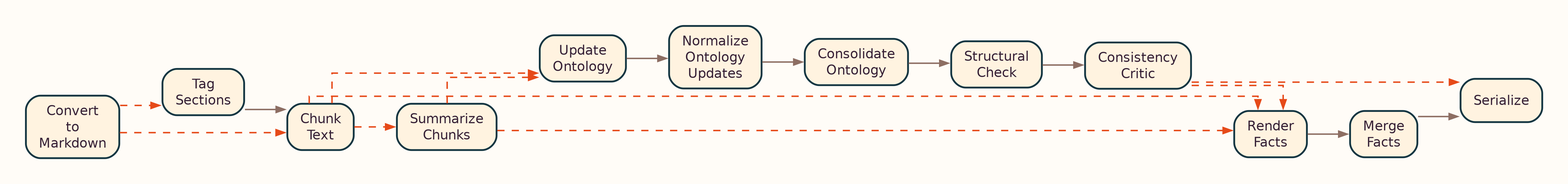
Before: docs/assets/graph.lr.png, a diagram exported from Mermaid (growgraph/ontocast). Its source is kept beside it as graph.mmd. The source it was exported from:
```mermaid
---
config:
  flowchart:
    curve: linear
    htmlLabels: true
    useMaxWidth: true
  look: handDrawn
  theme: base
  themeVariables:
    fontFamily: '''Architects Daughter'', cursive'
    fontSize: 20px
    lineColor: '#FFAB91'
    primaryBorderColor: '#143642'
    primaryColor: '#FFF3E0'
    primaryTextColor: '#372237'
---
graph TD;
	__start__([<p>__start__</p>]):::first
	Convert\20to\20Markdown(Convert to Markdown)
	Tag\20Sections(Tag Sections)
	Chunk\20Text(Chunk Text)
	Summarize\20Chunks(Summarize Chunks)
	Update\20Ontology(Update Ontology)
	Normalize\20Ontology\20Updates(Normalize Ontology Updates)
	Consolidate\20Ontology(Consolidate Ontology)
	Render\20Facts(Render Facts)
	Merge\20Facts(Merge Facts)
	Structural\20Check(Structural Check)
	Consistency\20Critic(Consistency Critic)
	Serialize(Serialize)
	__end__([<p>__end__</p>]):::last
	Chunk\20Text -.-> Render\20Facts;
	Chunk\20Text -.-> Summarize\20Chunks;
	Chunk\20Text -.-> Update\20Ontology;
	Consistency\20Critic -.-> Render\20Facts;
	Consistency\20Critic -.-> Serialize;
	Consolidate\20Ontology --> Structural\20Check;
	Convert\20to\20Markdown -.-> Chunk\20Text;
	Convert\20to\20Markdown -.-> Tag\20Sections;
	Merge\20Facts --> Serialize;
	Normalize\20Ontology\20Updates --> Consolidate\20Ontology;
	Render\20Facts --> Merge\20Facts;
	Structural\20Check --> Consistency\20Critic;
	Summarize\20Chunks -.-> Render\20Facts;
	Summarize\20Chunks -.-> Update\20Ontology;
	Tag\20Sections --> Chunk\20Text;
	Update\20Ontology --> Normalize\20Ontology\20Updates;
	__start__ --> Convert\20to\20Markdown;
	Serialize --> __end__;
	classDef default fill:#f2f0ff,line-height:1.2
	classDef first fill-opacity:0
	classDef last fill:#bfb6fc
```
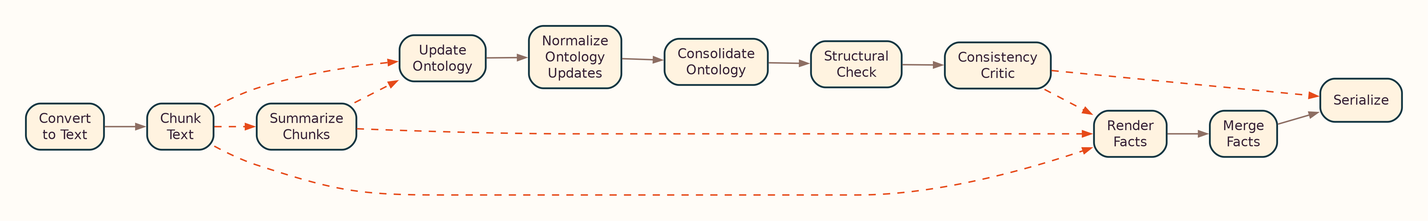
Later version of the same file.

The edit, as a diff of the source:
```diff
@@ -16,8 +16,7 @@
 ---
 graph TD;
 	__start__([<p>__start__</p>]):::first
-	Convert\20to\20Markdown(Convert to Markdown)
-	Tag\20Sections(Tag Sections)
+	Convert\20to\20Text(Convert to Text)
 	Chunk\20Text(Chunk Text)
 	Summarize\20Chunks(Summarize Chunks)
 	Update\20Ontology(Update Ontology)
@@ -35,17 +34,15 @@
 	Consistency\20Critic -.-> Render\20Facts;
 	Consistency\20Critic -.-> Serialize;
 	Consolidate\20Ontology --> Structural\20Check;
-	Convert\20to\20Markdown -.-> Chunk\20Text;
-	Convert\20to\20Markdown -.-> Tag\20Sections;
+	Convert\20to\20Text --> Chunk\20Text;
 	Merge\20Facts --> Serialize;
 	Normalize\20Ontology\20Updates --> Consolidate\20Ontology;
 	Render\20Facts --> Merge\20Facts;
 	Structural\20Check --> Consistency\20Critic;
 	Summarize\20Chunks -.-> Render\20Facts;
 	Summarize\20Chunks -.-> Update\20Ontology;
-	Tag\20Sections --> Chunk\20Text;
 	Update\20Ontology --> Normalize\20Ontology\20Updates;
-	__start__ --> Convert\20to\20Markdown;
+	__start__ --> Convert\20to\20Text;
 	Serialize --> __end__;
 	classDef default fill:#f2f0ff,line-height:1.2
 	classDef first fill-opacity:0
```
